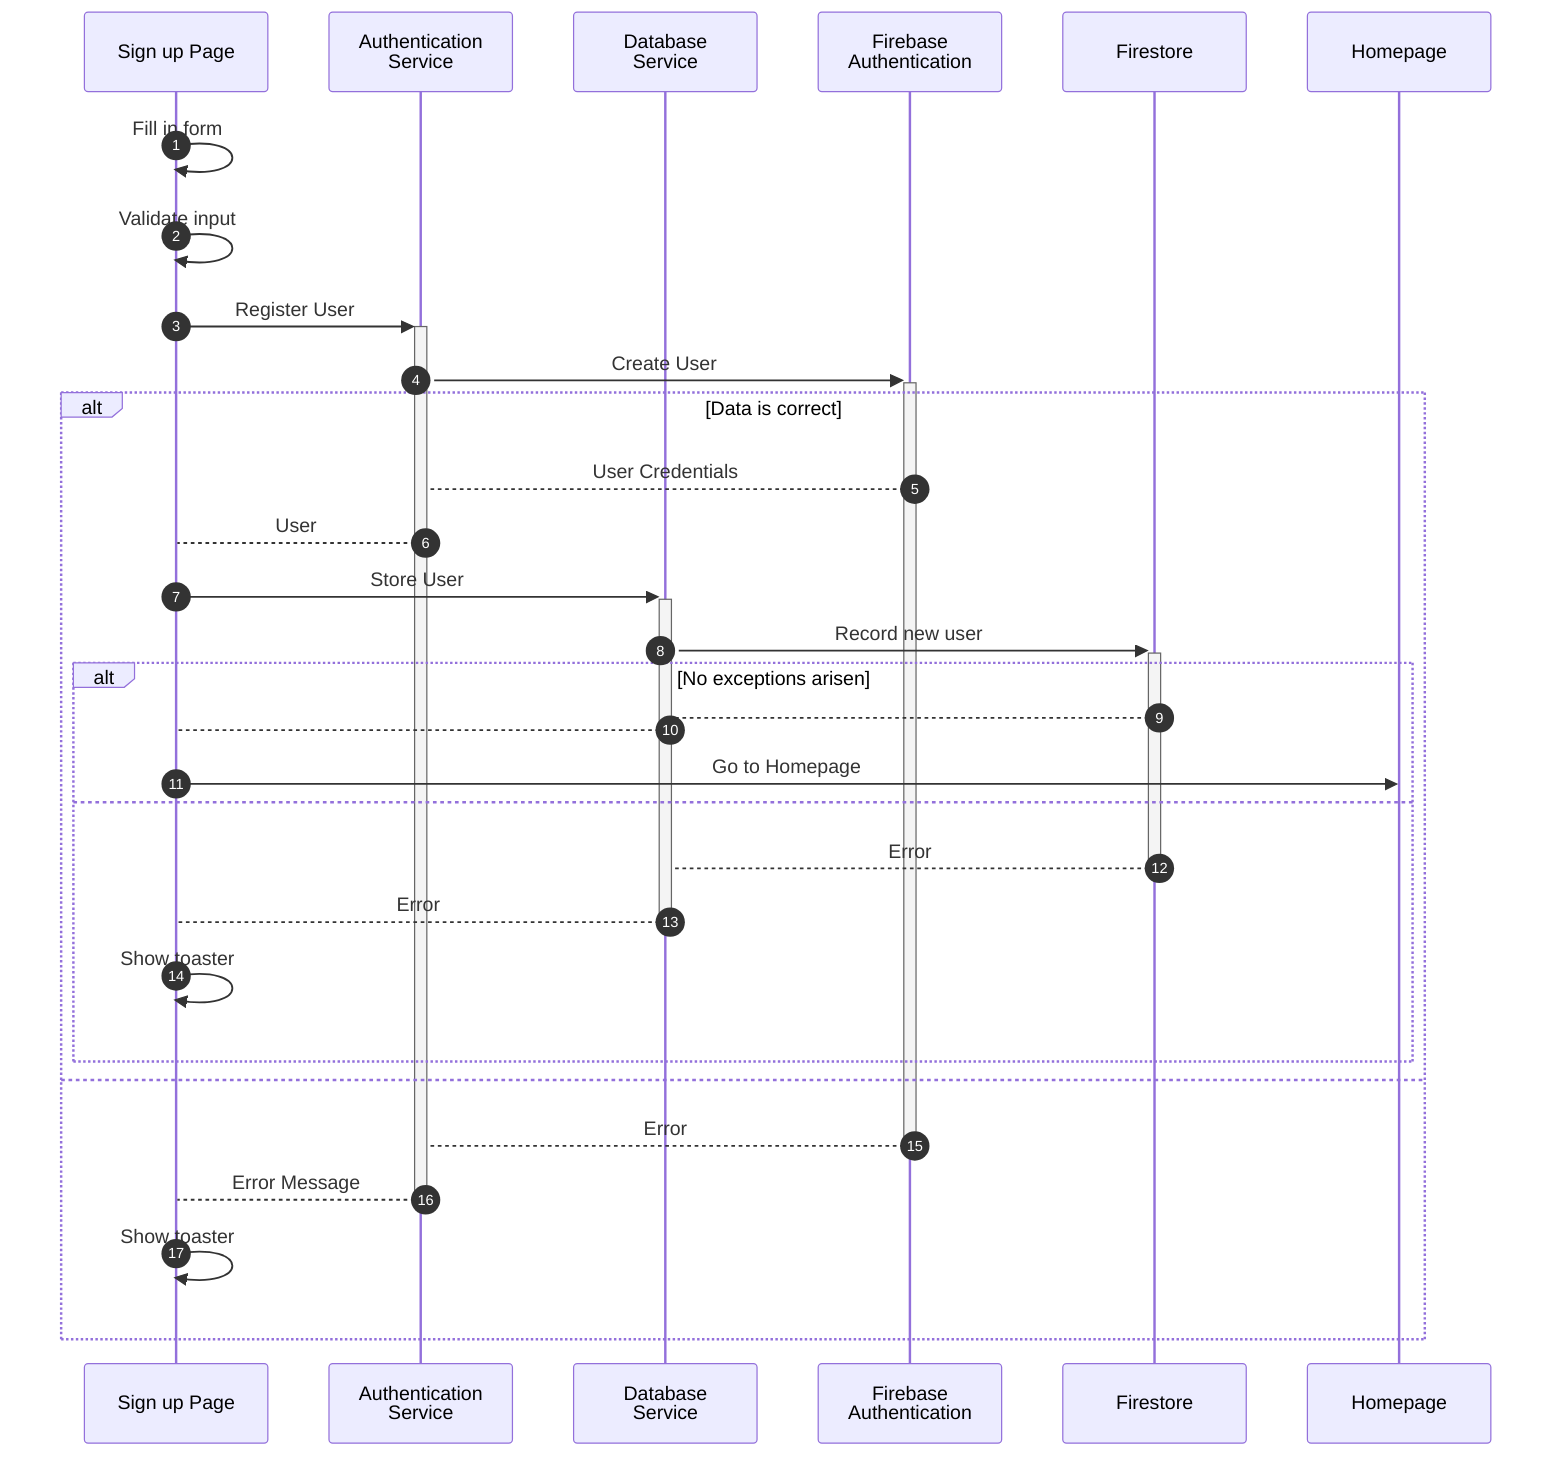
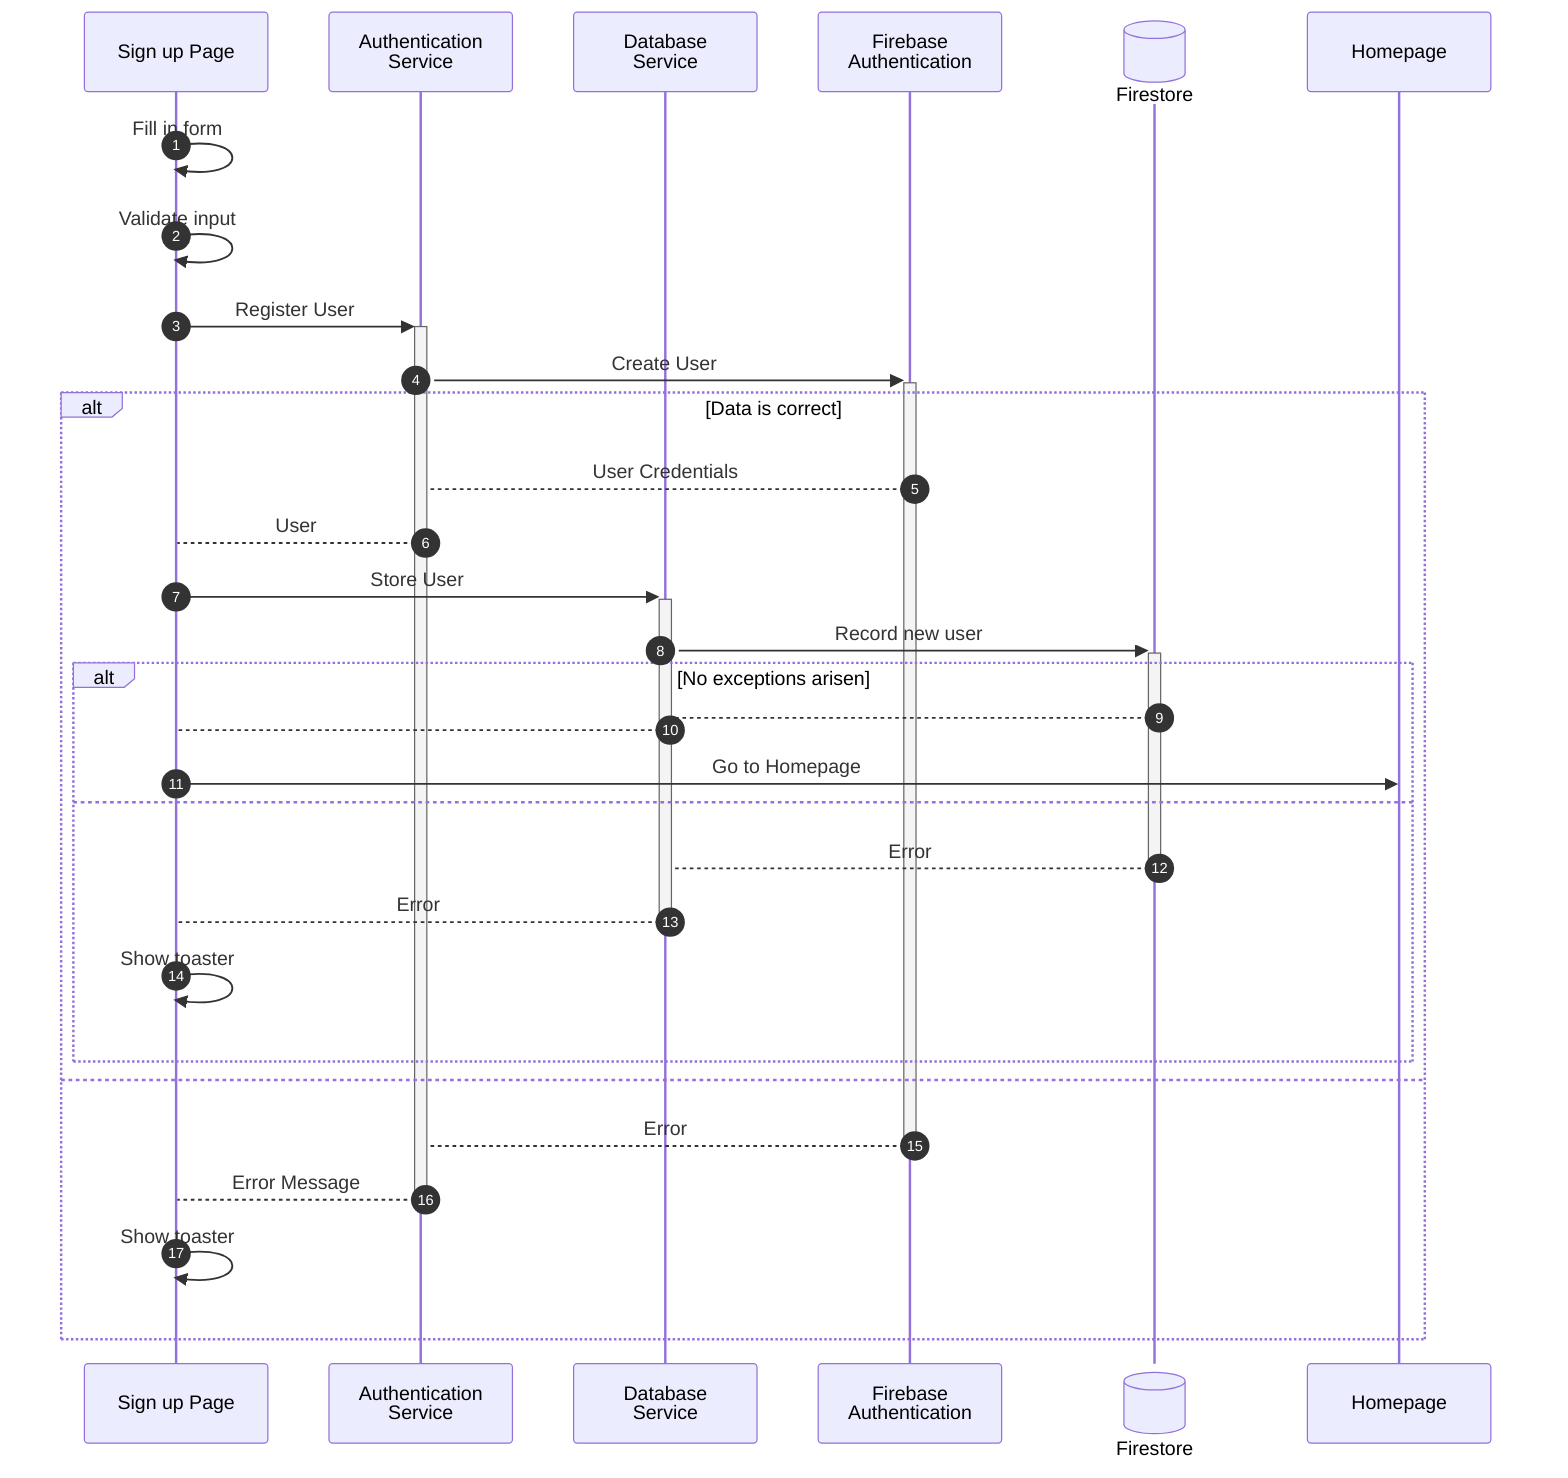
sequenceDiagram
    autonumber
    participant sign as Sign up Page
    participant auth as Authentication<br>Service
    participant dbser as Database<br>Service
    participant fba as Firebase<br>Authentication
-     participant fs as Firestore
+     participant fs@{ "type": "database", "alias": "Internal DB" } as Firestore
    participant home as Homepage

    sign ->> sign: Fill in form
    sign ->> sign: Validate input
    sign ->>+ auth: Register User
    auth ->>+ fba: Create User
    alt Data is correct
        fba --> auth: User Credentials
        auth --> sign: User
        sign ->>+ dbser: Store User
        dbser ->>+ fs: Record new user
        alt No exceptions arisen
            fs --> dbser:
            dbser --> sign:
            sign ->> home: Go to Homepage
        else
            fs -->- dbser: Error
            dbser -->- sign: Error
            sign ->> sign: Show toaster
        end
    else
        fba -->- auth: Error
        auth -->- sign: Error Message
        sign ->> sign: Show toaster
    end

